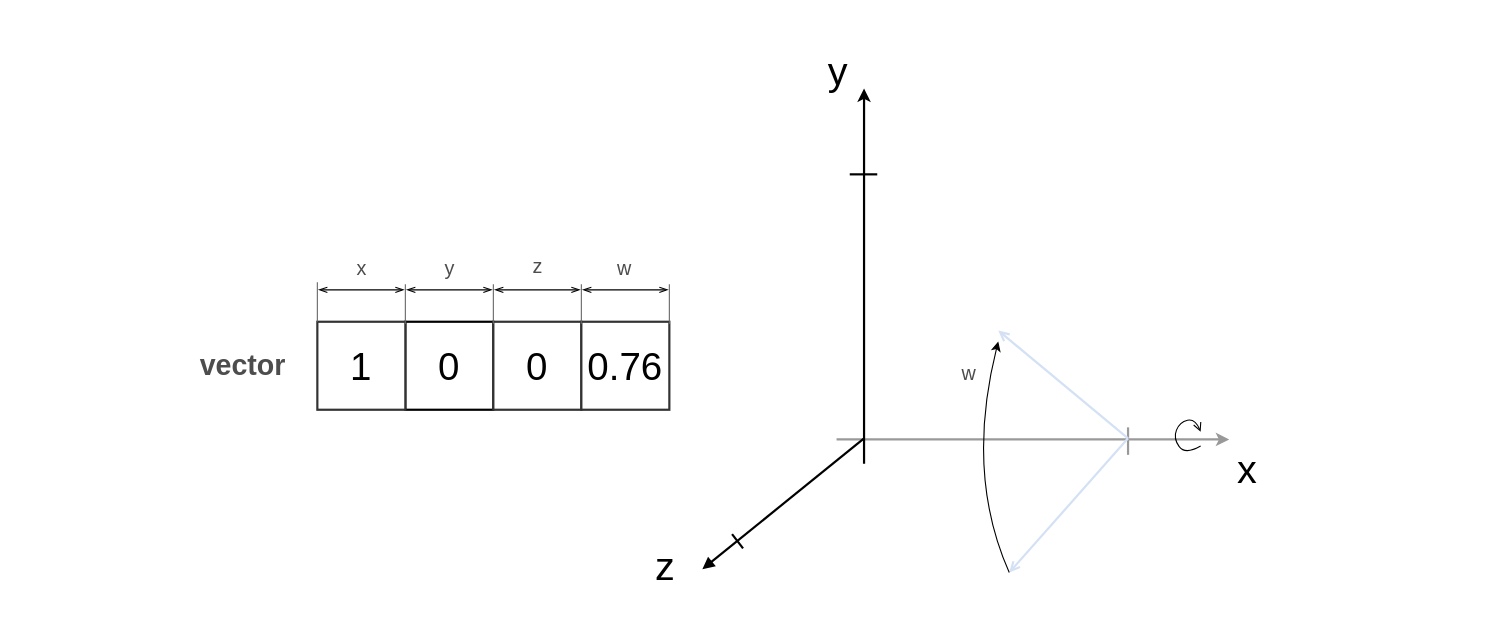
Wandalen/wMathModels keeps this draw.io diagram as page "3dAxisAndAngle" (15 of 17) of doc/img/MathModels.drawio. Above is the earlier version. Source tidied: cells renumbered, new cells numbered last; positions are measured from the earlier drawing's top-left corner, leaving out a move shared by most shapes. Both pictures are drawn from the tidied source at 110%, with x=0, y=0 at pixel (19, 19).
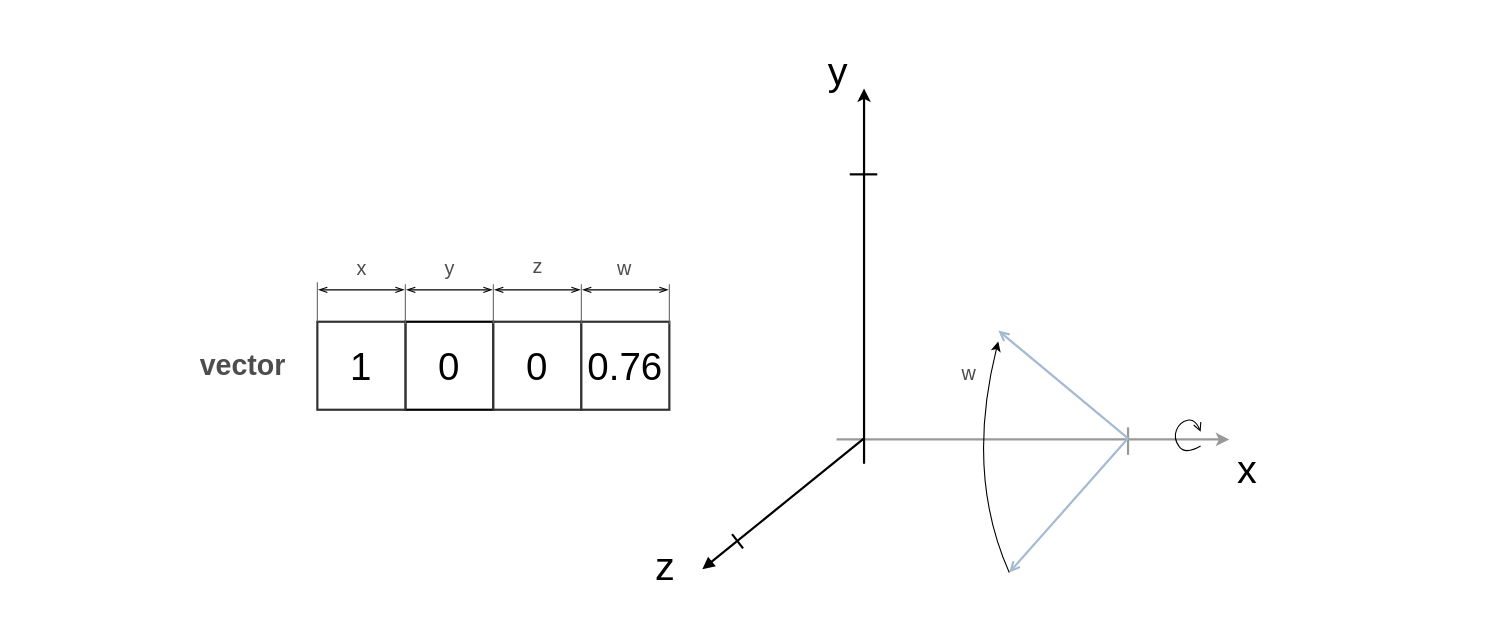
After the change.

Diff of the diagram source:
```diff
@@
-    <mxCell id="18" style="endArrow=open;html=1;strokeColor=#D4E1F5;strokeWidth=2;endFill=0;" parent="1" edge="1">
+    <mxCell id="18" style="endArrow=open;html=1;strokeColor=#A5BAD1;strokeWidth=2;endFill=0;" parent="1" edge="1">
       <mxGeometry relative="1" as="geometry">
         <mxPoint x="1008" y="381" as="sourcePoint" />
         <mxPoint x="900" y="503" as="targetPoint" />
       </mxGeometry>
     </mxCell>
-    <mxCell id="19" style="endArrow=open;html=1;strokeColor=#D4E1F5;strokeWidth=2;endFill=0;" parent="1" edge="1">
+    <mxCell id="19" style="endArrow=open;html=1;strokeColor=#A5BAD1;strokeWidth=2;endFill=0;" parent="1" edge="1">
       <mxGeometry relative="1" as="geometry">
         <mxPoint x="1008" y="381" as="sourcePoint" />
         <mxPoint x="890" y="283" as="targetPoint" />
       </mxGeometry>
     </mxCell>
```
